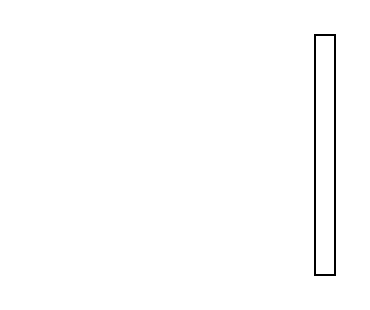
Above: ppo.drawio in Reynoll/Repository (draw.io), before the change. Source tidied: cells renumbered, new cells numbered last; positions are measured from the earlier drawing's top-left corner, leaving out a move shared by most shapes. Both pictures are drawn from the tidied source at 200%, with x=0, y=0 at pixel (314, 34).
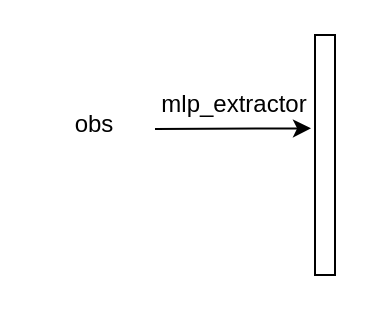
After the change.

Diff of the diagram source:
```diff
@@
 <mxGraphModel>
   <root>
     <mxCell id="0" />
     <mxCell id="1" parent="0" />
     <mxCell id="2" style="rounded=0;whiteSpace=wrap;html=1;" parent="1" vertex="1">
       <mxGeometry width="10" height="120" as="geometry" />
     </mxCell>
+    <mxCell id="3" value="obs" style="text;strokeColor=none;align=center;fillColor=none;html=1;verticalAlign=middle;whiteSpace=wrap;rounded=0;" parent="1" vertex="1">
+      <mxGeometry x="-140" y="30" width="60" height="30" as="geometry" />
+    </mxCell>
+    <mxCell id="4" style="endArrow=classic;html=1;rounded=0;entryX=-0.2;entryY=0.389;entryDx=0;entryDy=0;entryPerimeter=0;" parent="1" edge="1" target="2">
+      <mxGeometry relative="1" as="geometry">
+        <mxPoint x="-80" y="47" as="sourcePoint" />
+      </mxGeometry>
+    </mxCell>
+    <mxCell id="5" value="mlp_extractor" style="text;strokeColor=none;align=center;fillColor=none;html=1;verticalAlign=middle;whiteSpace=wrap;rounded=0;" parent="1" vertex="1">
+      <mxGeometry x="-70" y="20" width="60" height="30" as="geometry" />
+    </mxCell>
   </root>
 </mxGraphModel>
```
